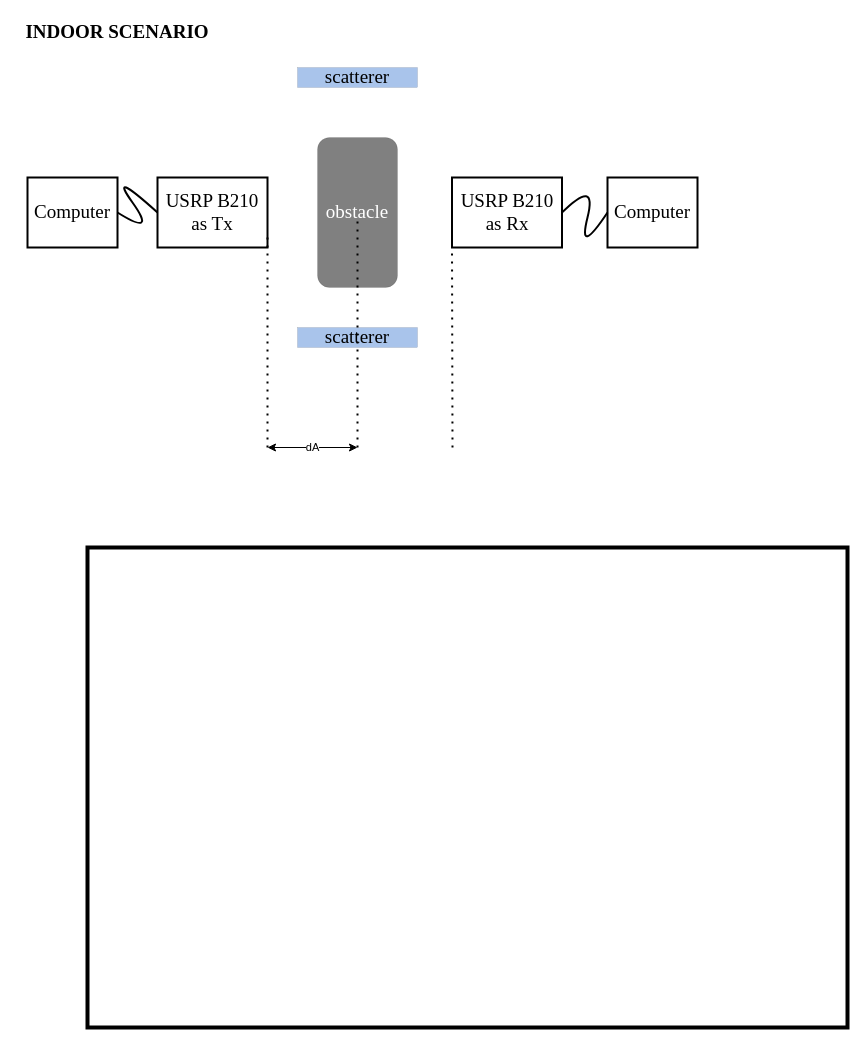
Before: page "setup" (8 of 8) of mod.drawio in troders34/research, a draw.io diagram. Source tidied: cells renumbered, new cells numbered last; positions are measured from the earlier drawing's top-left corner, leaving out a move shared by most shapes. Both pictures are drawn from the tidied source at 100%, with x=0, y=0 at pixel (17, 17).
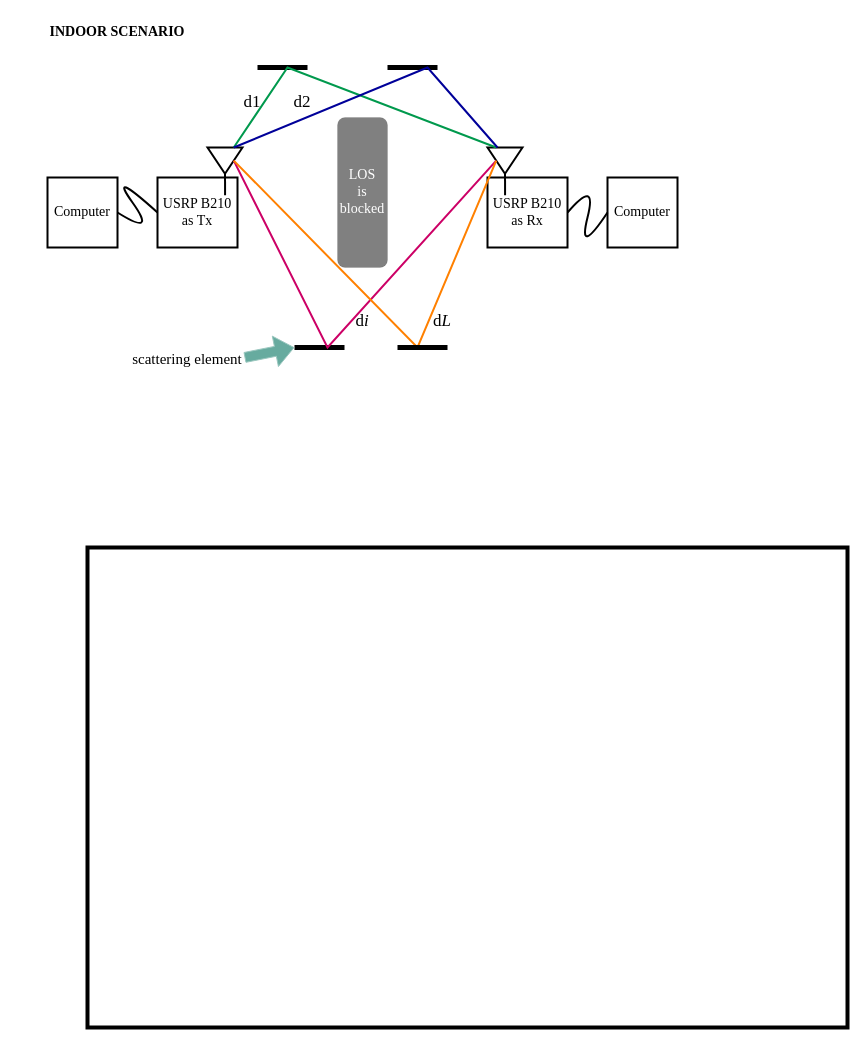
The same page after the edit.

What changed in the source:
```diff
@@
-    <mxCell id="2" style="rounded=0;whiteSpace=wrap;html=1;strokeWidth=4;" parent="1" vertex="1">
+    <mxCell id="2" style="rounded=0;whiteSpace=wrap;html=1;strokeWidth=4;fontFamily=Times New Roman;fontSize=14;" parent="1" vertex="1">
       <mxGeometry x="70" y="530" width="760" height="480" as="geometry" />
     </mxCell>
-    <mxCell id="3" value="USRP B210&lt;div&gt;as Tx&lt;/div&gt;" style="rounded=0;whiteSpace=wrap;html=1;fillColor=default;fontFamily=Times New Roman;fontSize=19;strokeWidth=2;" parent="1" vertex="1">
-      <mxGeometry x="140" y="160" width="110" height="70" as="geometry" />
+    <mxCell id="3" value="USRP B210&lt;div&gt;as Tx&lt;/div&gt;" style="rounded=0;whiteSpace=wrap;html=1;fillColor=default;fontFamily=Times New Roman;fontSize=14;strokeWidth=2;" parent="1" vertex="1">
+      <mxGeometry x="140" y="160" width="80" height="70" as="geometry" />
     </mxCell>
-    <mxCell id="4" value="Computer" style="rounded=0;whiteSpace=wrap;html=1;fillColor=default;fontFamily=Times New Roman;fontSize=19;strokeWidth=2;" parent="1" vertex="1">
-      <mxGeometry x="10" y="160" width="90" height="70" as="geometry" />
+    <mxCell id="4" value="Computer" style="rounded=0;whiteSpace=wrap;html=1;fillColor=default;fontFamily=Times New Roman;fontSize=14;strokeWidth=2;" parent="1" vertex="1">
+      <mxGeometry x="30" y="160" width="70" height="70" as="geometry" />
     </mxCell>
-    <mxCell id="5" style="curved=1;endArrow=none;html=1;rounded=0;exitX=1;exitY=0.5;exitDx=0;exitDy=0;strokeWidth=2;startFill=0;entryX=0;entryY=0.5;entryDx=0;entryDy=0;" parent="1" edge="1" source="4" target="3">
+    <mxCell id="5" style="curved=1;endArrow=none;html=1;rounded=0;exitX=1;exitY=0.5;exitDx=0;exitDy=0;strokeWidth=2;startFill=0;entryX=0;entryY=0.5;entryDx=0;entryDy=0;fontFamily=Times New Roman;fontSize=14;" parent="1" edge="1" source="4" target="3">
       <mxGeometry relative="1" as="geometry">
         <Array as="points">
           <mxPoint x="140" y="220" />
           <mxPoint x="90" y="150" />
         </Array>
       </mxGeometry>
     </mxCell>
-    <mxCell id="6" value="&lt;font style=&quot;font-size: 19px; color: rgb(255, 255, 255);&quot; face=&quot;Times New Roman&quot;&gt;obstacle&lt;/font&gt;" style="rounded=1;whiteSpace=wrap;html=1;fillColor=#808080;strokeWidth=0;" parent="1" vertex="1">
-      <mxGeometry x="300" y="120" width="80" height="150" as="geometry" />
+    <mxCell id="6" value="&lt;font style=&quot;color: rgb(255, 255, 255);&quot;&gt;LOS&lt;/font&gt;&lt;div&gt;&lt;font style=&quot;color: rgb(255, 255, 255);&quot;&gt;is blocked&lt;/font&gt;&lt;/div&gt;" style="rounded=1;whiteSpace=wrap;html=1;fillColor=#808080;strokeWidth=0;fontFamily=Times New Roman;fontSize=14;" parent="1" vertex="1">
+      <mxGeometry x="320" y="100" width="50" height="150" as="geometry" />
     </mxCell>
-    <mxCell id="7" value="scatterer" style="rounded=0;whiteSpace=wrap;html=1;strokeWidth=0;fillColor=#A9C4EB;fontFamily=Times New Roman;fontSize=19;" parent="1" vertex="1">
-      <mxGeometry x="280" y="310" width="120" height="20" as="geometry" />
-    </mxCell>
-    <mxCell id="8" value="scatterer" style="rounded=0;whiteSpace=wrap;html=1;strokeWidth=0;fillColor=#A9C4EB;fontFamily=Times New Roman;fontSize=19;" parent="1" vertex="1">
-      <mxGeometry x="280" y="50" width="120" height="20" as="geometry" />
-    </mxCell>
-    <mxCell id="9" value="INDOOR SCENARIO" style="text;html=1;align=center;verticalAlign=middle;whiteSpace=wrap;rounded=0;fontFamily=Times New Roman;fontStyle=1;fontSize=19;" parent="1" vertex="1">
+    <mxCell id="9" value="INDOOR SCENARIO" style="text;html=1;align=center;verticalAlign=middle;whiteSpace=wrap;rounded=0;fontFamily=Times New Roman;fontStyle=1;fontSize=14;" parent="1" vertex="1">
       <mxGeometry width="200" height="30" as="geometry" />
     </mxCell>
-    <mxCell id="10" value="USRP B210&lt;div&gt;as Rx&lt;/div&gt;" style="rounded=0;whiteSpace=wrap;html=1;fillColor=default;fontFamily=Times New Roman;fontSize=19;strokeWidth=2;" parent="1" vertex="1">
-      <mxGeometry x="434.5" y="160" width="110" height="70" as="geometry" />
-    </mxCell>
-    <mxCell id="11" value="Computer" style="rounded=0;whiteSpace=wrap;html=1;fillColor=default;fontFamily=Times New Roman;fontSize=19;strokeWidth=2;" parent="1" vertex="1">
-      <mxGeometry x="590" y="160" width="90" height="70" as="geometry" />
+    <mxCell id="11" value="Computer" style="rounded=0;whiteSpace=wrap;html=1;fillColor=default;fontFamily=Times New Roman;fontSize=14;strokeWidth=2;" parent="1" vertex="1">
+      <mxGeometry x="590" y="160" width="70" height="70" as="geometry" />
     </mxCell>
-    <mxCell id="12" style="curved=1;endArrow=none;html=1;rounded=0;exitX=1;exitY=0.5;exitDx=0;exitDy=0;strokeWidth=2;startFill=0;entryX=0;entryY=0.5;entryDx=0;entryDy=0;" parent="1" edge="1" source="10" target="11">
+    <mxCell id="12" style="curved=1;endArrow=none;html=1;rounded=0;exitX=1;exitY=0.5;exitDx=0;exitDy=0;strokeWidth=2;startFill=0;entryX=0;entryY=0.5;entryDx=0;entryDy=0;fontFamily=Times New Roman;fontSize=14;" parent="1" edge="1" source="10" target="11">
       <mxGeometry relative="1" as="geometry">
         <Array as="points">
           <mxPoint x="580" y="160" />
           <mxPoint x="560" y="240" />
         </Array>
       </mxGeometry>
     </mxCell>
-    <mxCell id="13" style="endArrow=none;dashed=1;html=1;dashPattern=1 3;strokeWidth=2;rounded=0;entryX=0;entryY=1;entryDx=0;entryDy=0;" parent="1" edge="1" target="10">
-      <mxGeometry relative="1" as="geometry">
-        <mxPoint x="435" y="430" as="sourcePoint" />
-      </mxGeometry>
-    </mxCell>
-    <mxCell id="14" style="endArrow=none;dashed=1;html=1;dashPattern=1 3;strokeWidth=2;rounded=0;entryX=1;entryY=1;entryDx=0;entryDy=0;" parent="1" edge="1">
-      <mxGeometry relative="1" as="geometry">
-        <mxPoint x="250" y="430" as="sourcePoint" />
-        <mxPoint x="250" y="220" as="targetPoint" />
-      </mxGeometry>
-    </mxCell>
-    <mxCell id="15" style="endArrow=none;dashed=1;html=1;dashPattern=1 3;strokeWidth=2;rounded=0;entryX=0.5;entryY=0.533;entryDx=0;entryDy=0;entryPerimeter=0;" parent="1" edge="1" target="6">
-      <mxGeometry relative="1" as="geometry">
-        <mxPoint x="340" y="430" as="sourcePoint" />
-      </mxGeometry>
-    </mxCell>
-    <mxCell id="16" value="dA" style="endArrow=classic;startArrow=classic;html=1;rounded=0;" parent="1" edge="1">
-      <mxGeometry relative="1" as="geometry">
-        <mxPoint x="250" y="430" as="sourcePoint" />
-        <mxPoint x="340" y="430" as="targetPoint" />
-      </mxGeometry>
-    </mxCell>
+    <mxCell id="17" style="group;" parent="1" vertex="1">
+      <mxGeometry x="190" y="130" width="35" height="47.7" as="geometry" />
+    </mxCell>
+    <mxCell id="18" style="triangle;whiteSpace=wrap;html=1;rotation=90;fillColor=none;strokeWidth=2;" parent="17" vertex="1">
+      <mxGeometry x="4.4" y="-4.4" width="26.2" height="35" as="geometry" />
+    </mxCell>
+    <mxCell id="19" style="endArrow=none;html=1;rounded=0;entryX=1;entryY=0.5;entryDx=0;entryDy=0;strokeWidth=2;" parent="17" edge="1" target="18">
+      <mxGeometry relative="1" as="geometry">
+        <mxPoint x="17.6" y="47.7" as="sourcePoint" />
+      </mxGeometry>
+    </mxCell>
+    <mxCell id="10" value="USRP B210&lt;div&gt;as Rx&lt;/div&gt;" style="rounded=0;whiteSpace=wrap;html=1;fillColor=default;fontFamily=Times New Roman;fontSize=14;strokeWidth=2;" parent="1" vertex="1">
+      <mxGeometry x="470" y="160" width="80" height="70" as="geometry" />
+    </mxCell>
+    <mxCell id="20" style="group;" parent="1" vertex="1">
+      <mxGeometry x="470" y="130" width="35" height="47.7" as="geometry" />
+    </mxCell>
+    <mxCell id="21" style="triangle;whiteSpace=wrap;html=1;rotation=90;fillColor=none;strokeWidth=2;" parent="20" vertex="1">
+      <mxGeometry x="4.4" y="-4.4" width="26.2" height="35" as="geometry" />
+    </mxCell>
+    <mxCell id="22" style="endArrow=none;html=1;rounded=0;entryX=1;entryY=0.5;entryDx=0;entryDy=0;strokeWidth=2;" parent="20" edge="1" target="21">
+      <mxGeometry relative="1" as="geometry">
+        <mxPoint x="17.6" y="47.7" as="sourcePoint" />
+      </mxGeometry>
+    </mxCell>
+    <mxCell id="23" style="endArrow=none;html=1;rounded=0;strokeWidth=5;" parent="1" edge="1">
+      <mxGeometry relative="1" as="geometry">
+        <mxPoint x="240" y="50" as="sourcePoint" />
+        <mxPoint x="290" y="50" as="targetPoint" />
+      </mxGeometry>
+    </mxCell>
+    <mxCell id="24" style="endArrow=none;html=1;rounded=0;strokeWidth=5;" parent="1" edge="1">
+      <mxGeometry relative="1" as="geometry">
+        <mxPoint x="370" y="50" as="sourcePoint" />
+        <mxPoint x="420" y="50" as="targetPoint" />
+      </mxGeometry>
+    </mxCell>
+    <mxCell id="25" style="endArrow=none;html=1;rounded=0;strokeWidth=5;" parent="1" edge="1">
+      <mxGeometry relative="1" as="geometry">
+        <mxPoint x="277" y="330" as="sourcePoint" />
+        <mxPoint x="327" y="330" as="targetPoint" />
+      </mxGeometry>
+    </mxCell>
+    <mxCell id="26" style="endArrow=none;html=1;rounded=0;startFill=0;strokeWidth=2;strokeColor=#00994D;exitX=0;exitY=0.25;exitDx=0;exitDy=0;entryX=0;entryY=0.75;entryDx=0;entryDy=0;" parent="1" edge="1" source="18" target="21">
+      <mxGeometry relative="1" as="geometry">
+        <Array as="points">
+          <mxPoint x="270" y="50" />
+        </Array>
+      </mxGeometry>
+    </mxCell>
+    <mxCell id="27" style="endArrow=none;html=1;rounded=0;startFill=0;strokeWidth=2;strokeColor=#000099;exitX=0;exitY=0.25;exitDx=0;exitDy=0;" parent="1" edge="1" source="18">
+      <mxGeometry relative="1" as="geometry">
+        <mxPoint x="480" y="130" as="targetPoint" />
+        <Array as="points">
+          <mxPoint x="410" y="50" />
+        </Array>
+      </mxGeometry>
+    </mxCell>
+    <mxCell id="28" style="endArrow=none;html=1;rounded=0;startFill=0;strokeWidth=2;strokeColor=light-dark(#CC0066,#28AB6A);exitX=0.5;exitY=0;exitDx=0;exitDy=0;entryX=0.5;entryY=1;entryDx=0;entryDy=0;" parent="1" edge="1" source="18" target="21">
+      <mxGeometry relative="1" as="geometry">
+        <Array as="points">
+          <mxPoint x="310" y="330" />
+        </Array>
+      </mxGeometry>
+    </mxCell>
+    <mxCell id="29" value="d1" style="text;html=1;align=center;verticalAlign=middle;whiteSpace=wrap;rounded=0;fontFamily=Times New Roman;fontSize=17;" parent="1" vertex="1">
+      <mxGeometry x="220" y="70" width="30" height="30" as="geometry" />
+    </mxCell>
+    <mxCell id="30" value="d2" style="text;html=1;align=center;verticalAlign=middle;whiteSpace=wrap;rounded=0;fontFamily=Times New Roman;fontSize=17;" parent="1" vertex="1">
+      <mxGeometry x="270" y="70" width="30" height="30" as="geometry" />
+    </mxCell>
+    <mxCell id="31" value="d&lt;i&gt;i&lt;/i&gt;" style="text;html=1;align=center;verticalAlign=middle;whiteSpace=wrap;rounded=0;fontFamily=Times New Roman;fontSize=17;" parent="1" vertex="1">
+      <mxGeometry x="330" y="289" width="30" height="30" as="geometry" />
+    </mxCell>
+    <mxCell id="32" style="shape=flexArrow;endArrow=classic;html=1;rounded=0;fillColor=#67AB9F;strokeColor=#9AC7BF;" parent="1" edge="1">
+      <mxGeometry relative="1" as="geometry">
+        <mxPoint x="227" y="340" as="sourcePoint" />
+        <mxPoint x="277" y="330" as="targetPoint" />
+      </mxGeometry>
+    </mxCell>
+    <mxCell id="33" value="scattering element" style="text;html=1;align=center;verticalAlign=middle;whiteSpace=wrap;rounded=0;fontFamily=Times New Roman;fontSize=15;" parent="1" vertex="1">
+      <mxGeometry x="110" y="326" width="120" height="30" as="geometry" />
+    </mxCell>
+    <mxCell id="34" style="endArrow=none;html=1;rounded=0;startFill=0;strokeWidth=2;strokeColor=light-dark(#FF8000,#28AB6A);exitX=0.5;exitY=0;exitDx=0;exitDy=0;entryX=0.5;entryY=1;entryDx=0;entryDy=0;" parent="1" edge="1" source="18" target="21">
+      <mxGeometry relative="1" as="geometry">
+        <Array as="points">
+          <mxPoint x="400" y="330" />
+        </Array>
+      </mxGeometry>
+    </mxCell>
+    <mxCell id="35" style="endArrow=none;html=1;rounded=0;strokeWidth=5;" parent="1" edge="1">
+      <mxGeometry relative="1" as="geometry">
+        <mxPoint x="380" y="330" as="sourcePoint" />
+        <mxPoint x="430" y="330" as="targetPoint" />
+      </mxGeometry>
+    </mxCell>
+    <mxCell id="36" value="d&lt;i&gt;L&lt;/i&gt;" style="text;html=1;align=center;verticalAlign=middle;whiteSpace=wrap;rounded=0;fontFamily=Times New Roman;fontSize=17;" parent="1" vertex="1">
+      <mxGeometry x="410" y="289" width="30" height="30" as="geometry" />
+    </mxCell>
```
